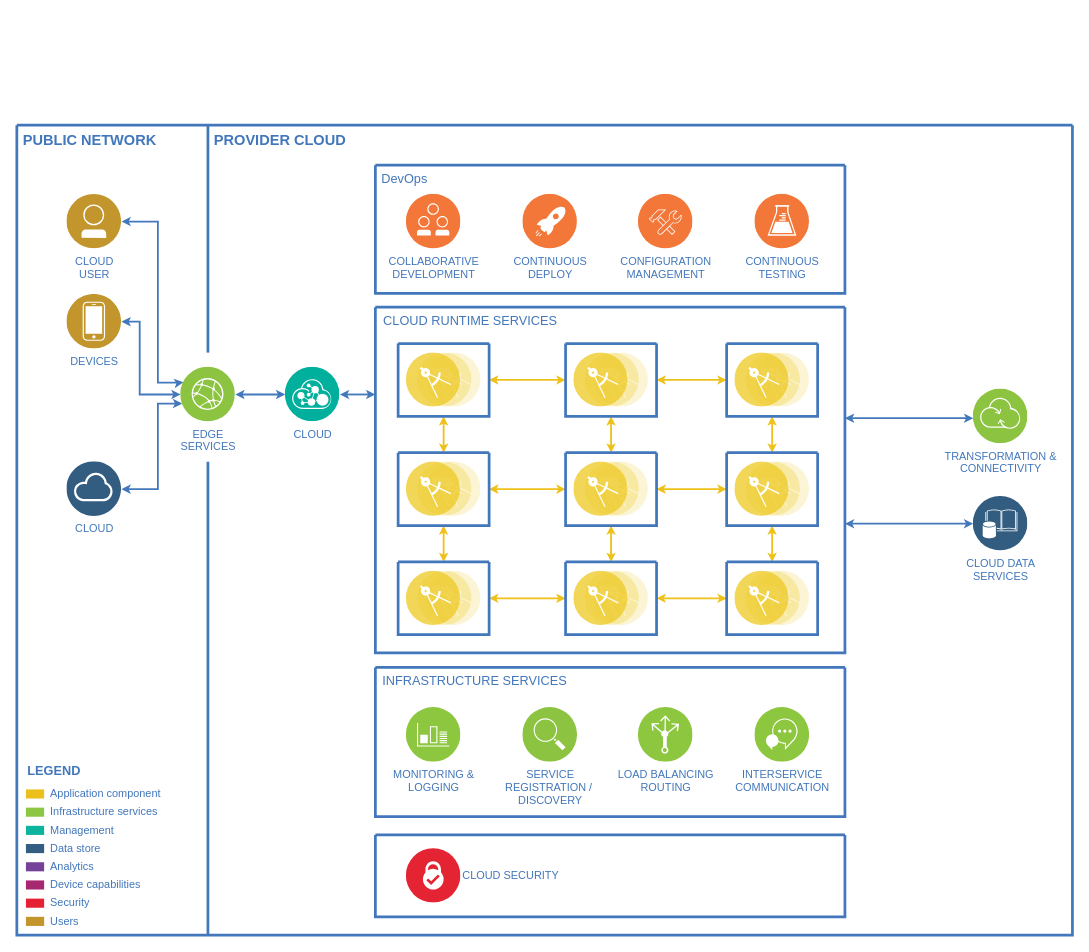
The draw.io diagram 未命名绘图.drawio in msc3000/draw.io.files, before the edit. Source tidied: cells renumbered, new cells numbered last; positions are measured from the earlier drawing's top-left corner, leaving out a move shared by most shapes. Both pictures are drawn from the tidied source at 91%, with x=0, y=0 at pixel (16, 125).
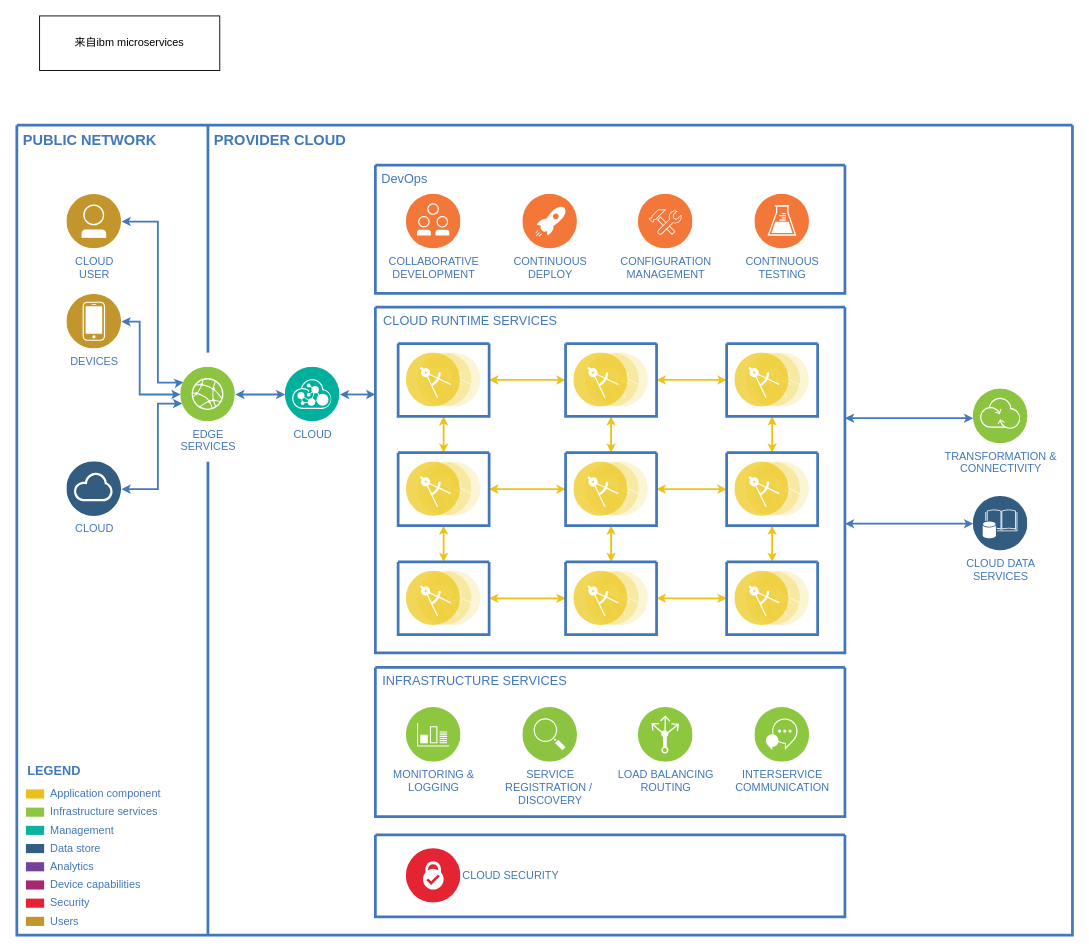
After the change.

Commit message:
更新未命名绘图.drawio  来自 模板 ibm microservices

Diff of the diagram source:
```diff
@@
+    <mxCell id="76" value="来自ibm microservices" style="rounded=0;whiteSpace=wrap;html=1;" parent="1" vertex="1">
+      <mxGeometry x="25" y="-120" width="198" height="60" as="geometry" />
+    </mxCell>
```
